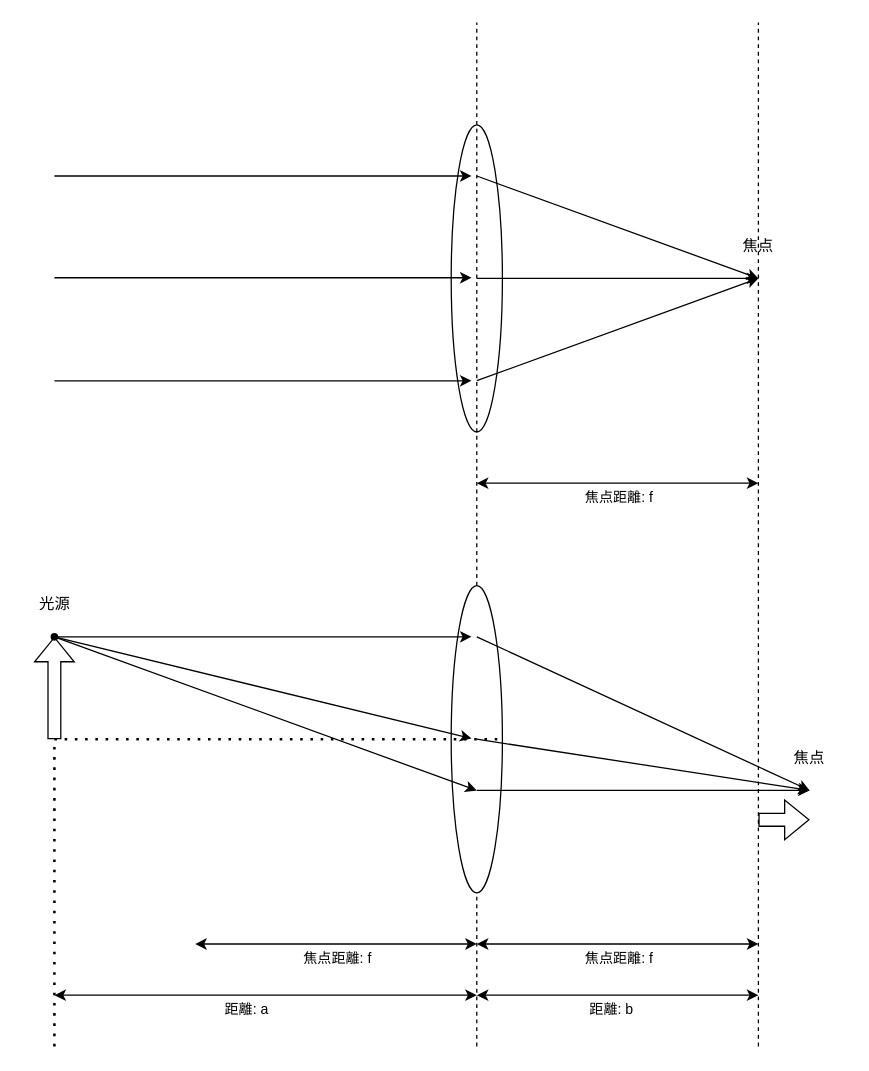
Before: doc/pic/ThinLens.drawio in Ryota-Cy/ImageProcessTraining, a draw.io diagram. Source tidied: cells renumbered, new cells numbered last; positions are measured from the earlier drawing's top-left corner, leaving out a move shared by most shapes. Both pictures are drawn from the tidied source at 128%, with x=0, y=0 at pixel (22, 22).
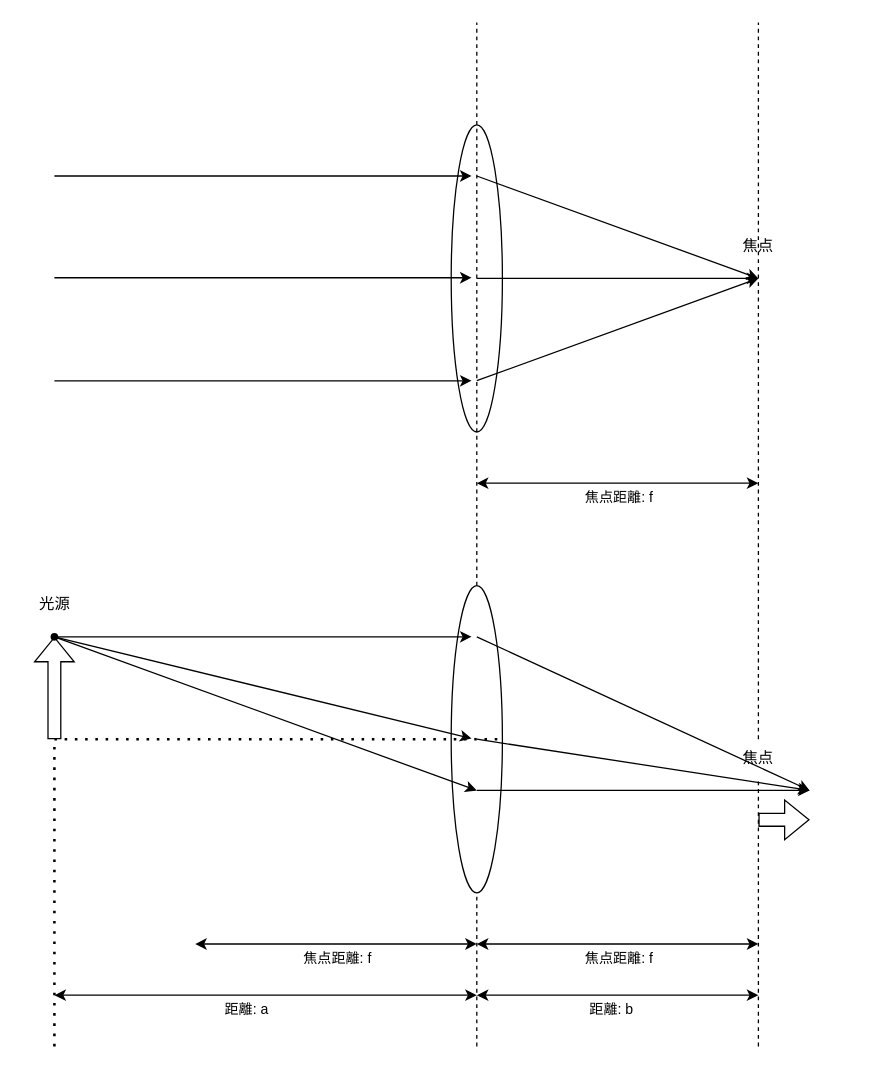
The same diagram, later.

Commit message (it also covers changes not shown here):
ThinLens.drawio を更新します

What changed in the source:
```diff
@@
-    <mxCell id="13" style="endArrow=none;dashed=1;html=1;rounded=0;" parent="1" edge="1">
+    <mxCell id="13" style="endArrow=none;dashed=1;html=1;rounded=0;" parent="1" edge="1" source="20">
       <mxGeometry relative="1" as="geometry">
-        <mxPoint x="575" y="800" as="sourcePoint" />
         <mxPoint x="575" as="targetPoint" />
       </mxGeometry>
     </mxCell>
@@
-    <mxCell id="20" value="焦点" style="text;html=1;align=center;verticalAlign=middle;whiteSpace=wrap;rounded=0;" parent="1" vertex="1">
-      <mxGeometry x="585" y="560" width="60" height="30" as="geometry" />
-    </mxCell>
@@
+    <mxCell id="36" style="endArrow=none;dashed=1;html=1;rounded=0;" parent="1" edge="1" target="20">
+      <mxGeometry relative="1" as="geometry">
+        <mxPoint x="575" y="800" as="sourcePoint" />
+      </mxGeometry>
+    </mxCell>
+    <mxCell id="20" value="焦点" style="text;html=1;align=center;verticalAlign=middle;whiteSpace=wrap;rounded=0;" parent="1" vertex="1">
+      <mxGeometry x="545" y="560" width="60" height="30" as="geometry" />
+    </mxCell>
```
